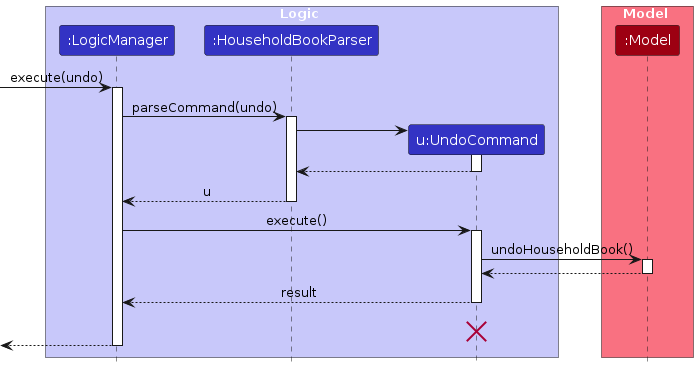
The PlantUML diagram diagrams/UndoSequenceDiagram-Logic.png in AY2425S2-CS2103T-F10-2/tp, before a commit. Its source is kept beside it as diagrams/UndoSequenceDiagram-Logic.puml. Its diagram source:
```plantuml
@startuml
!include style.puml
skinparam ArrowFontStyle plain

box Logic LOGIC_COLOR_T1
participant ":LogicManager" as LogicManager LOGIC_COLOR
participant ":HouseholdBookParser" as HouseholdBookParser LOGIC_COLOR
participant "u:UndoCommand" as UndoCommand LOGIC_COLOR
end box

box Model MODEL_COLOR_T1
participant ":Model" as Model MODEL_COLOR
end box
[-> LogicManager : execute(undo)
activate LogicManager

LogicManager -> HouseholdBookParser : parseCommand(undo)
activate HouseholdBookParser

create UndoCommand
HouseholdBookParser -> UndoCommand
activate UndoCommand

UndoCommand --> HouseholdBookParser
deactivate UndoCommand

HouseholdBookParser --> LogicManager : u
deactivate HouseholdBookParser

LogicManager -> UndoCommand : execute()
activate UndoCommand

UndoCommand -> Model : undoHouseholdBook()
activate Model

Model --> UndoCommand
deactivate Model

UndoCommand --> LogicManager : result
deactivate UndoCommand
UndoCommand -[hidden]-> LogicManager : result
destroy UndoCommand

[<--LogicManager
deactivate LogicManager
@enduml
```
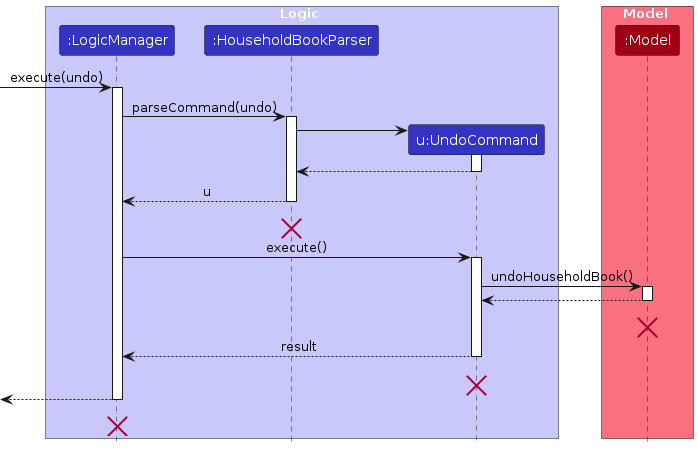
Above is the later version.

The edit, as a diff of the source:
```diff
@@ -26,6 +26,8 @@
 
 HouseholdBookParser --> LogicManager : u
 deactivate HouseholdBookParser
+HouseholdBookParser -[hidden]> HouseholdBookParser :
+destroy HouseholdBookParser
 
 LogicManager -> UndoCommand : execute()
 activate UndoCommand
@@ -35,6 +37,8 @@
 
 Model --> UndoCommand
 deactivate Model
+Model -[hidden]> Model :
+destroy Model
 
 UndoCommand --> LogicManager : result
 deactivate UndoCommand
@@ -43,4 +47,6 @@
 
 [<--LogicManager
 deactivate LogicManager
+LogicManager -[hidden]> LogicManager :
+destroy LogicManager
 @enduml
```
